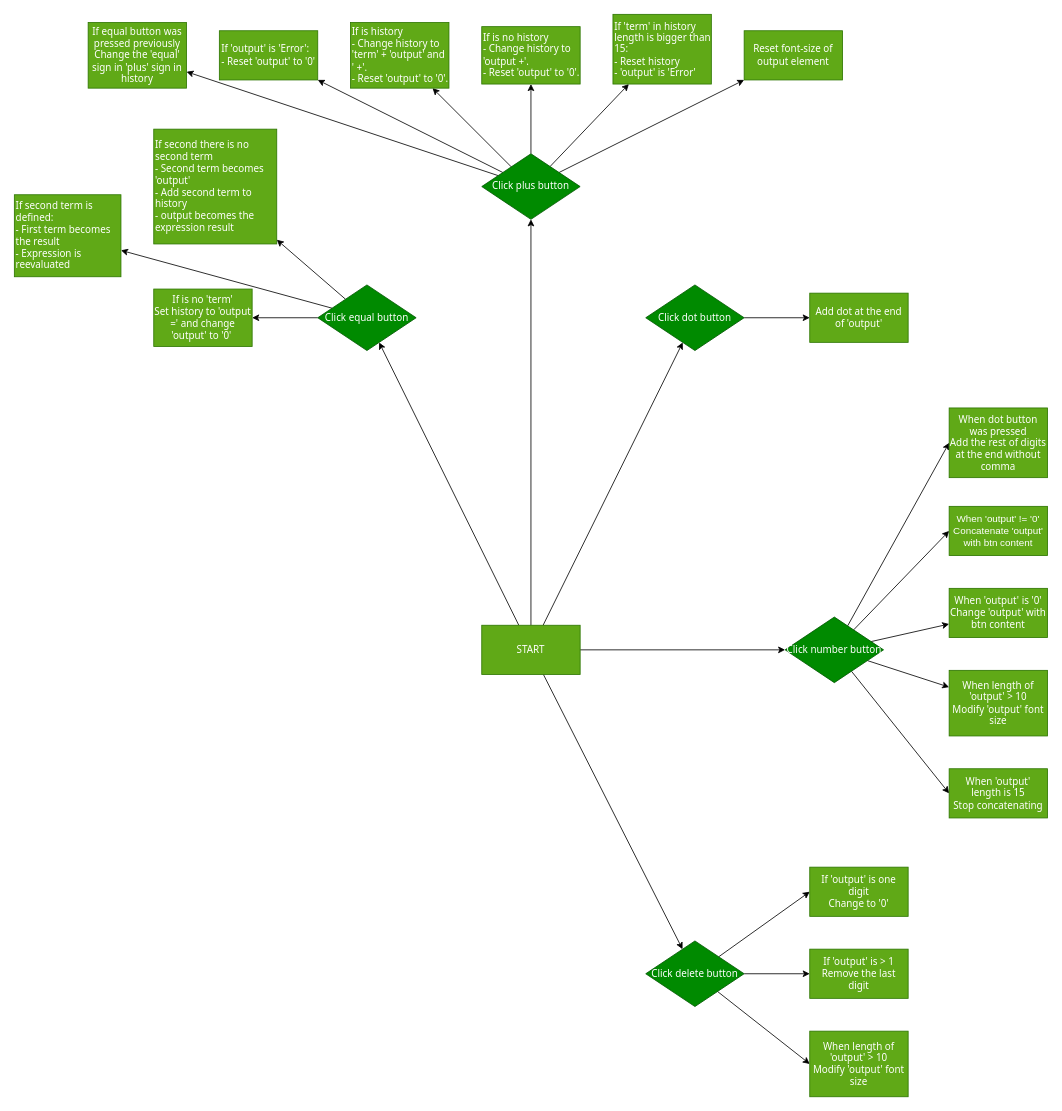
Above: flowchart.drawio in CVOvidiu/Calculator-Project (draw.io), before the change. Source tidied: cells renumbered, new cells numbered last; positions are measured from the earlier drawing's top-left corner, leaving out a move shared by most shapes. Both pictures are drawn from the tidied source at 82%, with x=0, y=0 at pixel (14, 14).
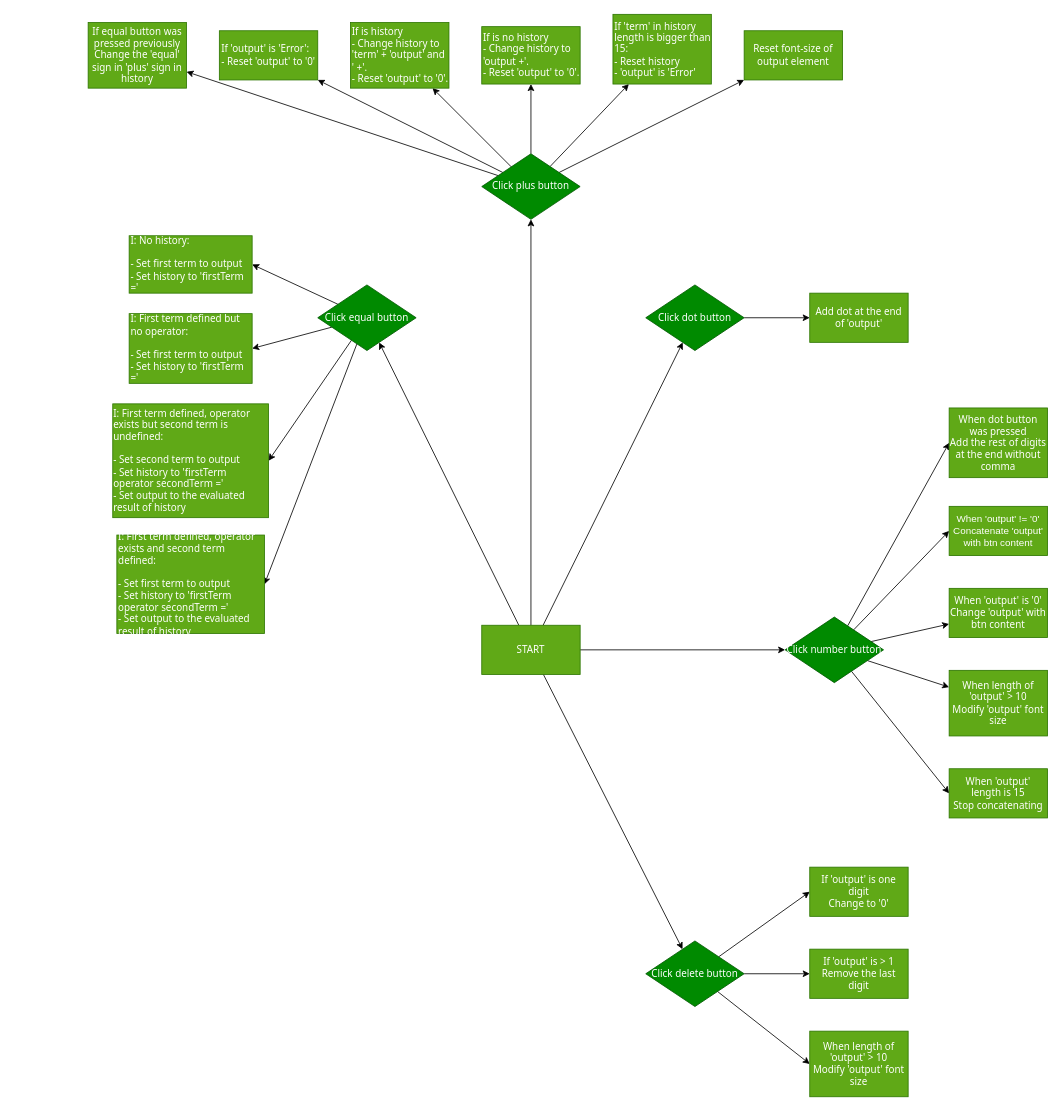
Above is the later version.

Commit message (it also covers changes not shown here):
Equal button functionality done

The change refers to these unchanged cells:
```xml
<mxCell id="44" value="Click equal button" style="rhombus;whiteSpace=wrap;html=1;fontFamily=Tahoma;fillColor=#008a00;strokeColor=#005700;fontColor=#ffffff;" parent="1" vertex="1">
  <mxGeometry x="370" y="330" width="120" height="80" as="geometry" />
</mxCell>
```

Change to the diagram source:
```diff
@@
-    <mxCell id="41" style="edgeStyle=none;html=1;" parent="1" edge="1" source="44" target="45">
+    <mxCell id="41" style="edgeStyle=none;html=1;entryX=1;entryY=0.5;entryDx=0;entryDy=0;" parent="1" edge="1" source="44" target="45">
       <mxGeometry relative="1" as="geometry" />
     </mxCell>
-    <mxCell id="42" style="edgeStyle=none;html=1;" parent="1" edge="1" source="44" target="47">
+    <mxCell id="42" style="edgeStyle=none;html=1;entryX=1;entryY=0.5;entryDx=0;entryDy=0;" parent="1" edge="1" source="44" target="47">
       <mxGeometry relative="1" as="geometry" />
     </mxCell>
-    <mxCell id="43" style="edgeStyle=none;html=1;" parent="1" edge="1" source="44" target="48">
-      <mxGeometry relative="1" as="geometry" />
-    </mxCell>
+    <mxCell id="49" style="edgeStyle=none;html=1;entryX=1;entryY=0.5;entryDx=0;entryDy=0;" parent="1" edge="1" source="44" target="51">
+      <mxGeometry relative="1" as="geometry" />
+    </mxCell>
+    <mxCell id="50" style="edgeStyle=none;html=1;entryX=1;entryY=0.5;entryDx=0;entryDy=0;" parent="1" edge="1" source="44" target="52">
+      <mxGeometry relative="1" as="geometry" />
+    </mxCell>
@@
-    <mxCell id="45" value="If is no 'term'&lt;br&gt;Set history to 'output =' and change 'output' to '0'&amp;nbsp;" style="whiteSpace=wrap;html=1;fontFamily=Tahoma;fillColor=#60a917;strokeColor=#2D7600;fontColor=#ffffff;" parent="1" vertex="1">
-      <mxGeometry x="170" y="335" width="120" height="70" as="geometry" />
+    <mxCell id="45" value="I: No history:&lt;br&gt;&lt;br&gt;- Set first term to output&lt;br&gt;- Set history to 'firstTerm ='" style="whiteSpace=wrap;html=1;fontFamily=Tahoma;fillColor=#60a917;strokeColor=#2D7600;fontColor=#ffffff;align=left;" parent="1" vertex="1">
+      <mxGeometry x="140" y="270" width="150" height="70" as="geometry" />
     </mxCell>
@@
-    <mxCell id="47" value="If second there is no second term&lt;br&gt;- Second term becomes 'output'&amp;nbsp;&lt;br&gt;- Add second term to history&lt;br&gt;- output becomes the expression result" style="whiteSpace=wrap;html=1;fontFamily=Tahoma;fillColor=#60a917;strokeColor=#2D7600;fontColor=#ffffff;align=left;" parent="1" vertex="1">
-      <mxGeometry x="170" y="140" width="150" height="140" as="geometry" />
+    <mxCell id="47" value="I: First term defined but no operator:&lt;br&gt;&lt;br&gt;- Set first term to output&lt;br&gt;- Set history to 'firstTerm ='" style="whiteSpace=wrap;html=1;fontFamily=Tahoma;fillColor=#60a917;strokeColor=#2D7600;fontColor=#ffffff;align=left;" parent="1" vertex="1">
+      <mxGeometry x="140" y="365" width="150" height="85" as="geometry" />
     </mxCell>
-    <mxCell id="48" value="If second term is defined:&lt;br&gt;- First term becomes the result&lt;br&gt;- Expression is reevaluated" style="whiteSpace=wrap;html=1;fontFamily=Tahoma;fillColor=#60a917;strokeColor=#2D7600;fontColor=#ffffff;align=left;" parent="1" vertex="1">
-      <mxGeometry y="220" width="130" height="100" as="geometry" />
-    </mxCell>
+    <mxCell id="51" value="&lt;div style=&quot;text-align: left&quot;&gt;&lt;span&gt;I: First term defined, operator exists but second term is undefined:&lt;/span&gt;&lt;/div&gt;&lt;div style=&quot;text-align: left&quot;&gt;&lt;span&gt;&lt;br&gt;&lt;/span&gt;&lt;/div&gt;&lt;div style=&quot;text-align: left&quot;&gt;&lt;span&gt;- Set second term to output&lt;/span&gt;&lt;/div&gt;&lt;div style=&quot;text-align: left&quot;&gt;&lt;span&gt;- Set history to 'firstTerm operator secondTerm ='&lt;/span&gt;&lt;/div&gt;&lt;div style=&quot;text-align: left&quot;&gt;&lt;span&gt;- Set output to the evaluated result of history&lt;/span&gt;&lt;/div&gt;" style="whiteSpace=wrap;html=1;fontFamily=Tahoma;fillColor=#60a917;strokeColor=#2D7600;fontColor=#ffffff;" parent="1" vertex="1">
+      <mxGeometry x="120" y="475" width="190" height="138.8" as="geometry" />
+    </mxCell>
+    <mxCell id="52" value="I: First term defined, operator exists and second term defined:&lt;br&gt;&lt;br&gt;- Set first term to output&lt;br&gt;- Set history to 'firstTerm operator secondTerm ='&lt;br&gt;- Set output to the evaluated result of history" style="whiteSpace=wrap;html=1;fontFamily=Tahoma;fillColor=#60a917;strokeColor=#2D7600;fontColor=#ffffff;align=left;" parent="1" vertex="1">
+      <mxGeometry x="125" y="635" width="180" height="120" as="geometry" />
+    </mxCell>
```
